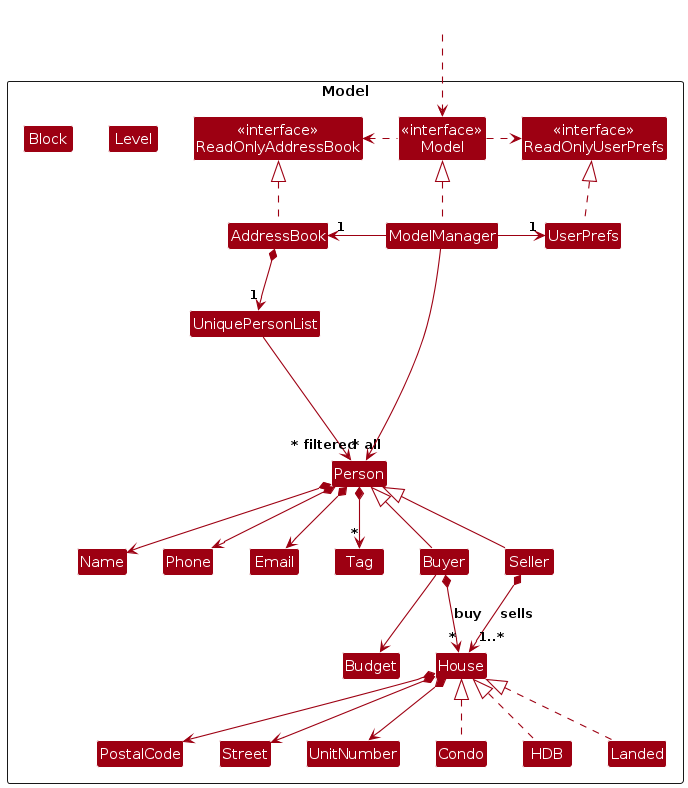
This is diagrams/ModelClassDiagram.png from lokidoki102/tp, a PlantUML export, as it was before one commit. Its source is kept beside it as diagrams/ModelClassDiagram.puml.
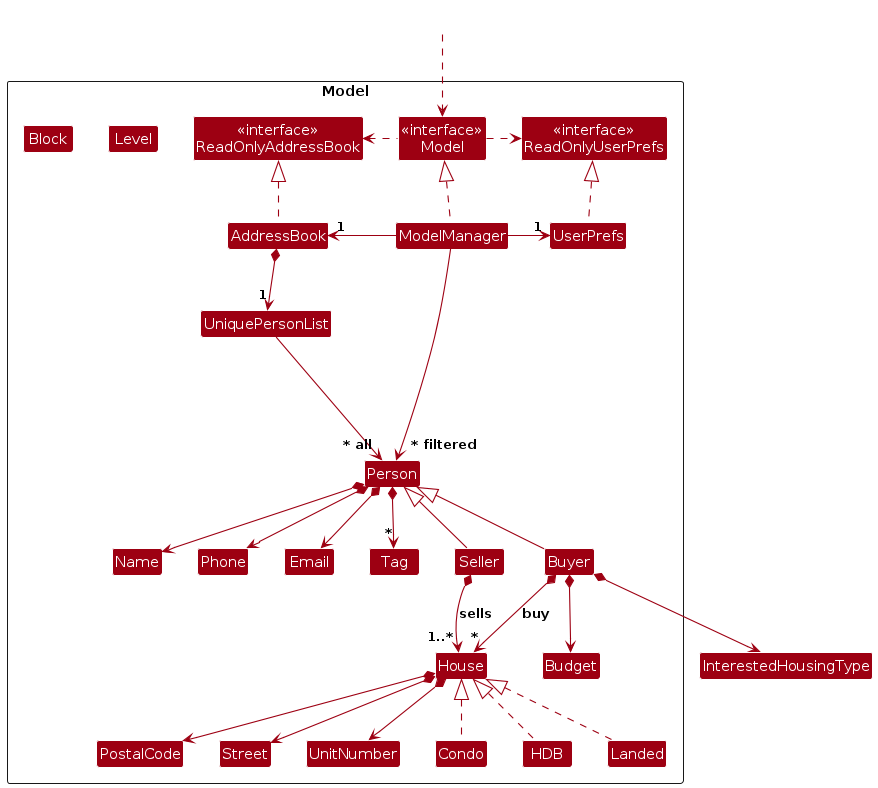
After the change.

Diff of the diagram source:
```diff
@@ -57,7 +57,8 @@
 House *--> Street
 Seller *--> "1..*" House : sells
 Buyer *--> "*" House : buy
-Buyer --> Budget
+Buyer *--> Budget
+Buyer *--> InterestedHousingType
 
 
 Person -[hidden]up--> I
```
